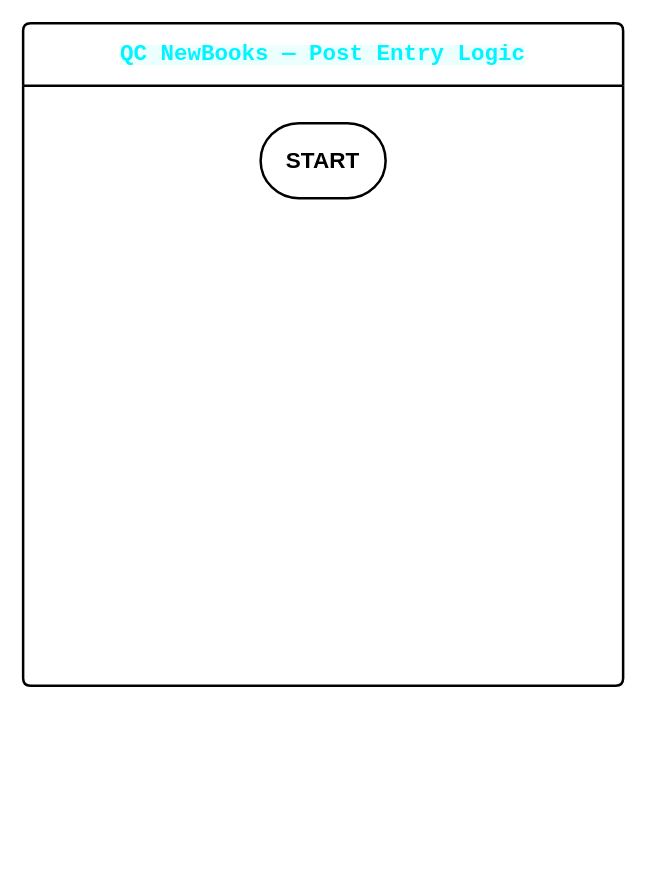
Above: QC_NewBooks_Diagrams.drawio in RBOUHOUCHE/diagram-qc-new-books (draw.io), before the change. Source tidied: cells renumbered, new cells numbered last; positions are measured from the earlier drawing's top-left corner, leaving out a move shared by most shapes. Both pictures are drawn from the tidied source at 125%, with x=0, y=0 at pixel (22, 22).
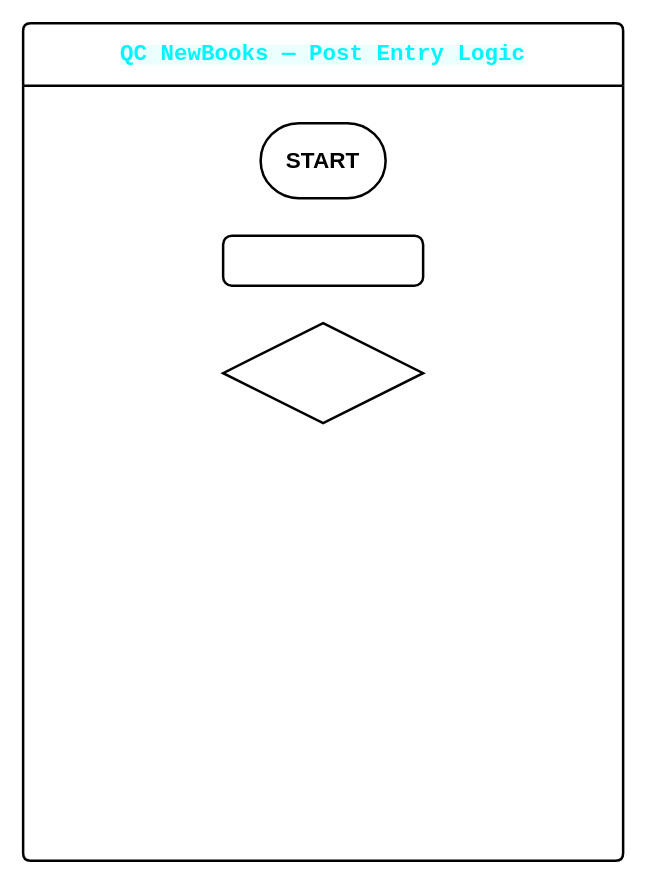
The same page after the edit.

Change to the diagram source:
```diff
@@
 <mxGraphModel>
   <root>
     <mxCell id="0" />
     <mxCell id="1" parent="0" />
     <mxCell id="2" value="&lt;span style=&quot;color: rgb(0, 245, 255); font-family: &amp;quot;Share Tech Mono&amp;quot;, monospace; text-align: start; background-color: rgba(0, 245, 255, 0.08);&quot;&gt;&lt;b style=&quot;&quot;&gt;&lt;font style=&quot;font-size: 18px;&quot;&gt;QC NewBooks — Post Entry Logic&lt;/font&gt;&lt;/b&gt;&lt;/span&gt;" style="swimlane;horizontal=1;startSize=50;rounded=1;fontSize=14;fontStyle=0;strokeWidth=2;shadow=0;dashed=0;align=center;arcSize=4;whiteSpace=wrap;html=1;" parent="1" vertex="1">
-      <mxGeometry width="480" height="530" as="geometry" />
+      <mxGeometry width="480" height="670" as="geometry" />
     </mxCell>
     <mxCell id="3" value="&lt;b&gt;&lt;font style=&quot;font-size: 18px;&quot;&gt;START&lt;/font&gt;&lt;/b&gt;" style="strokeWidth=2;html=1;shape=mxgraph.flowchart.terminator;whiteSpace=wrap;" parent="1" vertex="1">
       <mxGeometry x="190" y="80" width="100" height="60" as="geometry" />
     </mxCell>
+    <mxCell id="4" style="rounded=1;whiteSpace=wrap;html=1;absoluteArcSize=1;arcSize=14;strokeWidth=2;" parent="1" vertex="1">
+      <mxGeometry x="160" y="170" width="160" height="40" as="geometry" />
+    </mxCell>
+    <mxCell id="5" style="strokeWidth=2;html=1;shape=mxgraph.flowchart.decision;whiteSpace=wrap;" parent="1" vertex="1">
+      <mxGeometry x="160" y="240" width="160" height="80" as="geometry" />
+    </mxCell>
   </root>
 </mxGraphModel>
```
